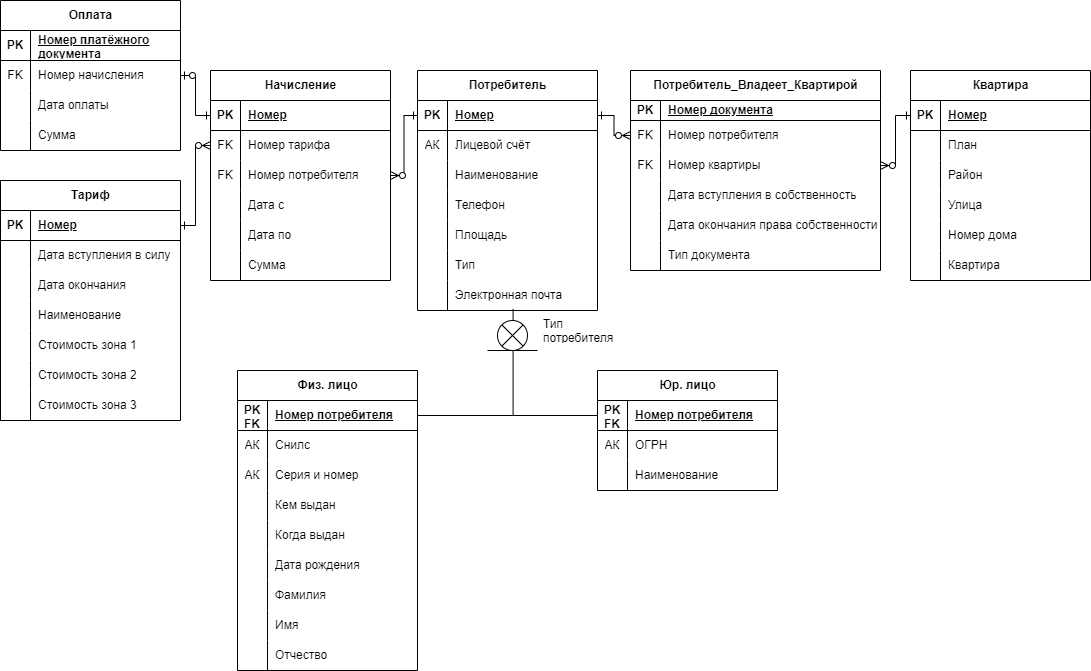
This is PBD/Z4/Diagrams/Логическая модель базы данных.png from Mutabona/4Semestr, a draw.io export, as it was before one commit. Source tidied: cells renumbered, new cells last; positions are measured from the earlier drawing's top-left corner, leaving out a move shared by most shapes.
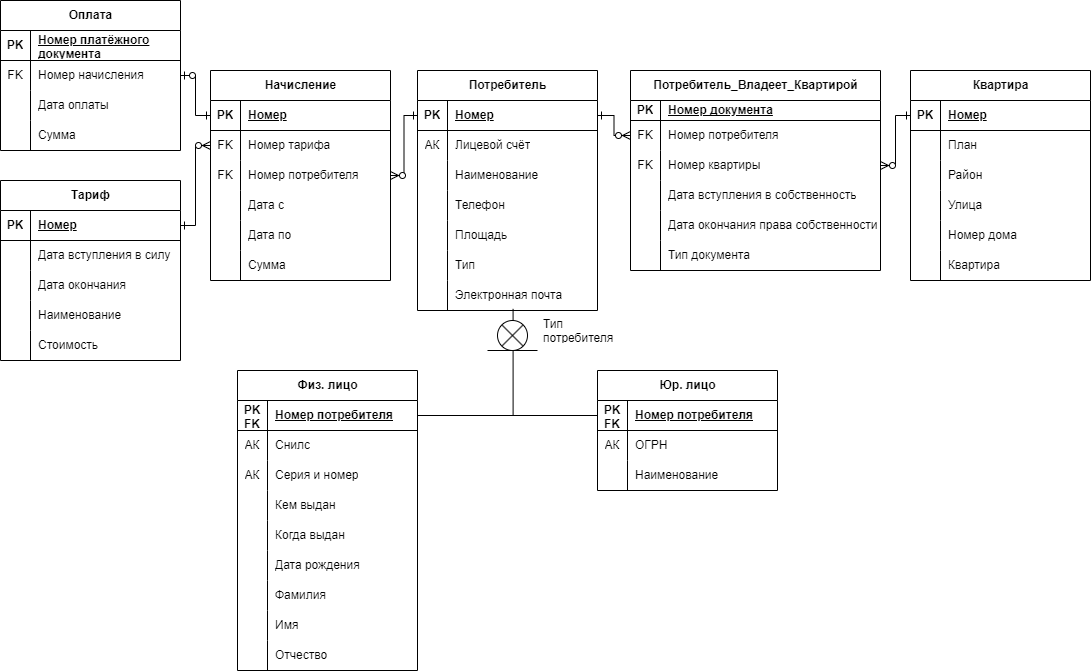
The same file after the commit.

Change to the diagram source:
```diff
@@ -427,7 +427,7 @@
       <mxGeometry x="537" y="310" width="80" height="30" as="geometry" />
     </mxCell>
     <mxCell id="141" value="Тариф" style="shape=table;startSize=30;rowLines=0;fontStyle=1;align=center;html=1;" parent="1" vertex="1">
-      <mxGeometry y="180" width="180" height="240" as="geometry" />
+      <mxGeometry y="180" width="180" height="180" as="geometry" />
     </mxCell>
     <mxCell id="142" style="shape=tableRow;horizontal=0;startSize=0;swimlaneHead=0;swimlaneBody=0;fillColor=none;points=[[0,0.5],[1,0.5]];portConstraint=eastwest;top=0;left=0;right=0;bottom=1;" parent="141" vertex="1">
       <mxGeometry y="30" width="180" height="30" as="geometry" />
@@ -471,27 +471,9 @@
     <mxCell id="155" style="shape=partialRectangle;fillColor=none;top=0;left=0;bottom=0;right=0;overflow=hidden;whiteSpace=wrap;html=1;" parent="154" vertex="1">
       <mxGeometry width="30" height="30" as="geometry" />
     </mxCell>
-    <mxCell id="156" value="Стоимость зона 1" style="shape=partialRectangle;fillColor=none;top=0;left=0;bottom=0;right=0;align=left;spacingLeft=6;overflow=hidden;whiteSpace=wrap;html=1;" parent="154" vertex="1">
+    <mxCell id="156" value="Стоимость" style="shape=partialRectangle;fillColor=none;top=0;left=0;bottom=0;right=0;align=left;spacingLeft=6;overflow=hidden;whiteSpace=wrap;html=1;" parent="154" vertex="1">
       <mxGeometry x="30" width="150" height="30" as="geometry" />
     </mxCell>
-    <mxCell id="157" style="shape=tableRow;horizontal=0;startSize=0;swimlaneHead=0;swimlaneBody=0;fillColor=none;top=0;left=0;right=0;bottom=0;" parent="141" vertex="1">
-      <mxGeometry y="180" width="180" height="30" as="geometry" />
-    </mxCell>
-    <mxCell id="158" style="shape=partialRectangle;fillColor=none;top=0;left=0;bottom=0;right=0;overflow=hidden;whiteSpace=wrap;html=1;" parent="157" vertex="1">
-      <mxGeometry width="30" height="30" as="geometry" />
-    </mxCell>
-    <mxCell id="159" value="Стоимость зона 2" style="shape=partialRectangle;fillColor=none;top=0;left=0;bottom=0;right=0;align=left;spacingLeft=6;overflow=hidden;whiteSpace=wrap;html=1;" parent="157" vertex="1">
-      <mxGeometry x="30" width="150" height="30" as="geometry" />
-    </mxCell>
-    <mxCell id="160" style="shape=tableRow;horizontal=0;startSize=0;swimlaneHead=0;swimlaneBody=0;fillColor=none;top=0;left=0;right=0;bottom=0;" parent="141" vertex="1">
-      <mxGeometry y="210" width="180" height="30" as="geometry" />
-    </mxCell>
-    <mxCell id="161" style="shape=partialRectangle;fillColor=none;top=0;left=0;bottom=0;right=0;overflow=hidden;whiteSpace=wrap;html=1;" parent="160" vertex="1">
-      <mxGeometry width="30" height="30" as="geometry" />
-    </mxCell>
-    <mxCell id="162" value="Стоимость зона 3" style="shape=partialRectangle;fillColor=none;top=0;left=0;bottom=0;right=0;align=left;spacingLeft=6;overflow=hidden;whiteSpace=wrap;html=1;" parent="160" vertex="1">
-      <mxGeometry x="30" width="150" height="30" as="geometry" />
-    </mxCell>
     <mxCell id="163" style="edgeStyle=orthogonalEdgeStyle;fontSize=12;html=1;endArrow=ERzeroToMany;endFill=1;rounded=0;exitX=1;exitY=0.5;exitDx=0;exitDy=0;entryX=0;entryY=0.5;entryDx=0;entryDy=0;startArrow=ERone;startFill=0;" parent="1" edge="1" source="142" target="60">
       <mxGeometry relative="1" as="geometry" />
     </mxCell>
```
